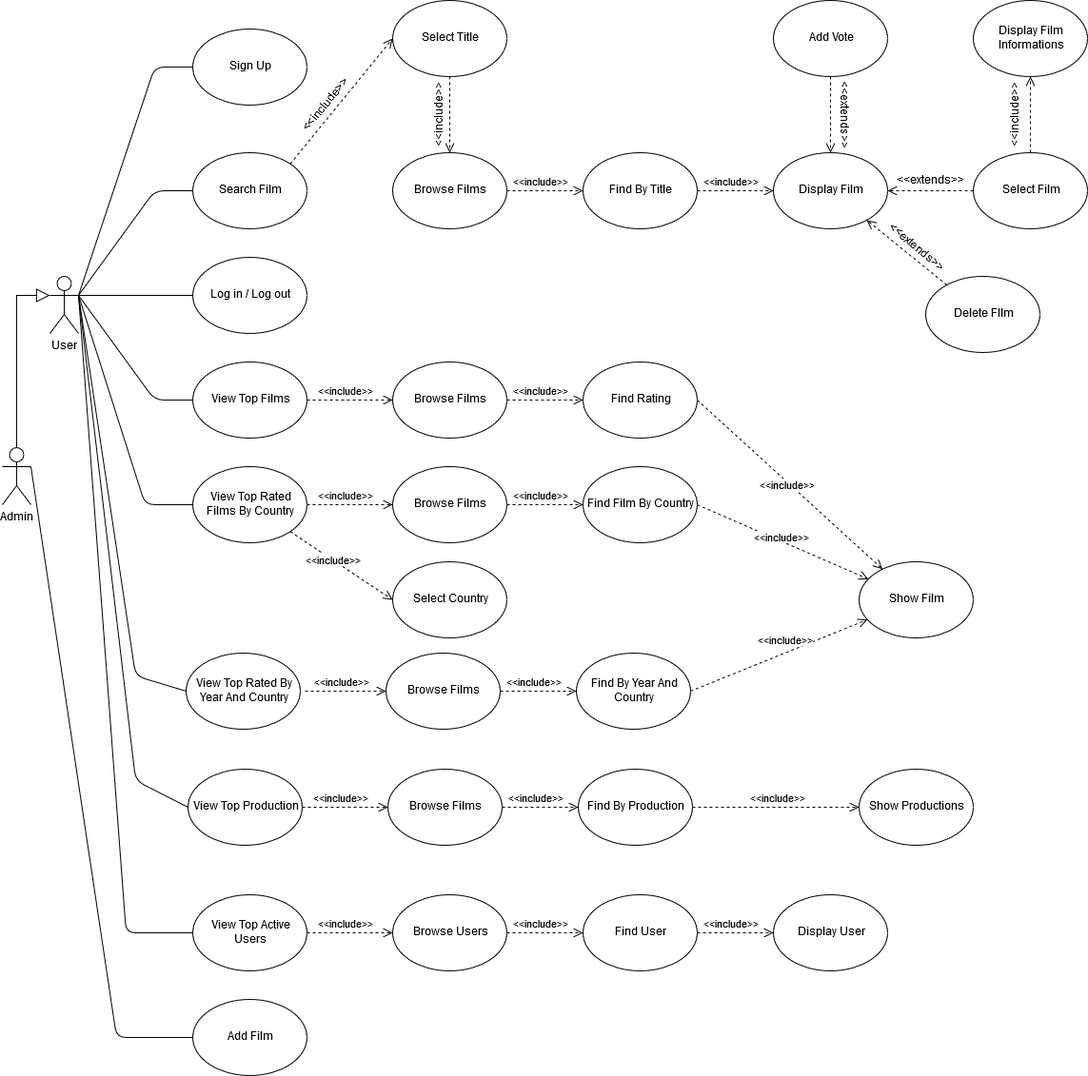
This is doc/images/diagrams/UseCase.png from Geghi/Task2, a draw.io export, as it was before one commit. Source tidied: cells renumbered, new cells last; positions are measured from the earlier drawing's top-left corner, leaving out a move shared by most shapes.
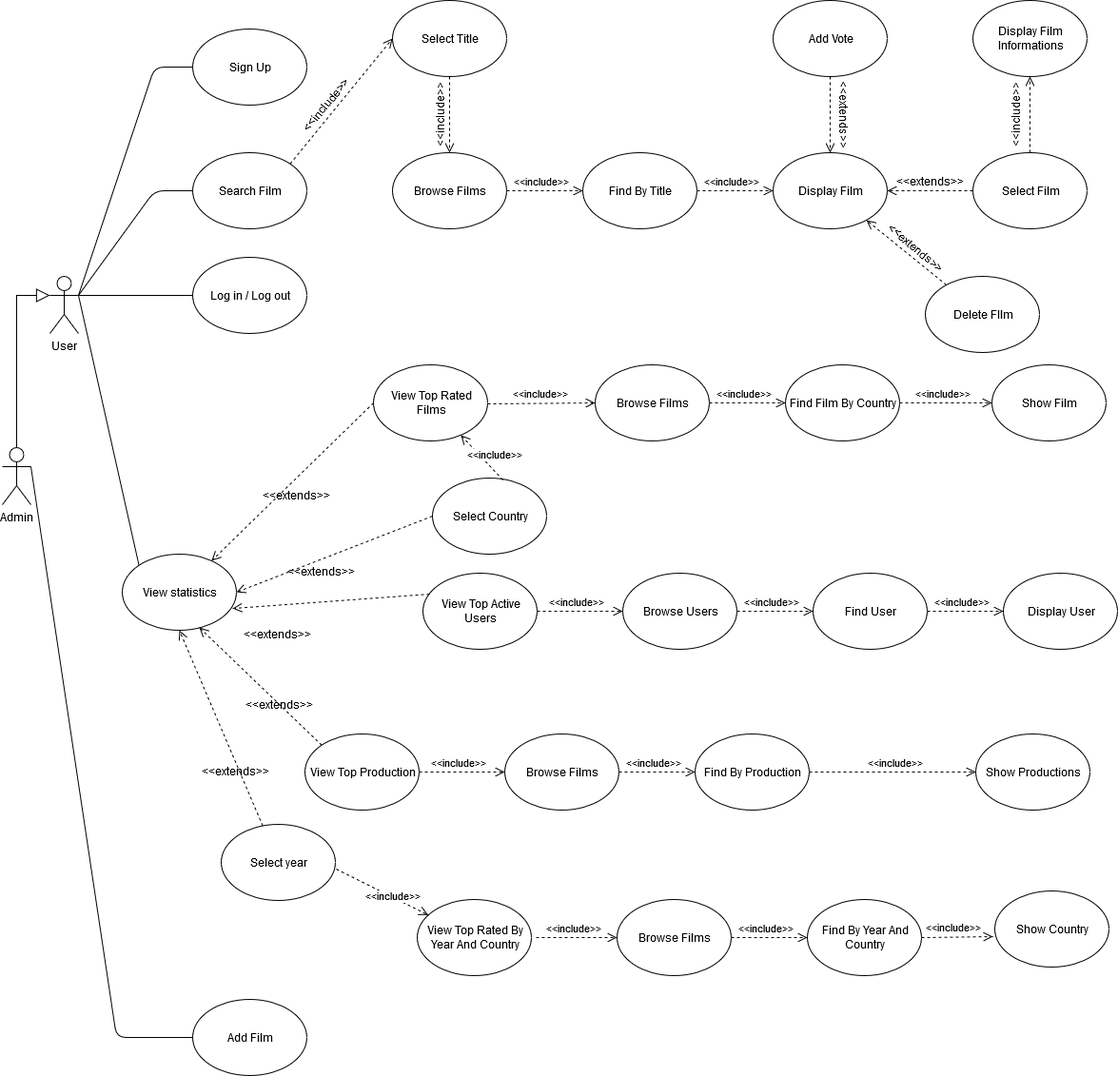
After the commit.

Commit message:
update UseCase diagramm

Change to the diagram source:
```diff
@@ -20,28 +20,18 @@
     <mxCell id="7" value="Log in / Log out" style="ellipse;whiteSpace=wrap;html=1;" parent="1" vertex="1">
       <mxGeometry x="200" y="270" width="120" height="80" as="geometry" />
     </mxCell>
-    <mxCell id="8" value="View Top Films" style="ellipse;whiteSpace=wrap;html=1;" parent="1" vertex="1">
-      <mxGeometry x="200" y="380" width="120" height="80" as="geometry" />
-    </mxCell>
-    <mxCell id="9" value="View Top Rated Films By Country" style="ellipse;whiteSpace=wrap;html=1;" parent="1" vertex="1">
-      <mxGeometry x="200" y="490" width="120" height="80" as="geometry" />
+    <mxCell id="9" value="View Top Rated Films" style="ellipse;whiteSpace=wrap;html=1;" parent="1" vertex="1">
+      <mxGeometry x="390" y="383" width="120" height="80" as="geometry" />
     </mxCell>
     <mxCell id="10" value="View Top Active Users" style="ellipse;whiteSpace=wrap;html=1;" parent="1" vertex="1">
-      <mxGeometry x="200" y="940" width="120" height="80" as="geometry" />
+      <mxGeometry x="442" y="602" width="120" height="80" as="geometry" />
     </mxCell>
     <mxCell id="11" value="View Top Production" style="ellipse;whiteSpace=wrap;html=1;" parent="1" vertex="1">
-      <mxGeometry x="195" y="808" width="120" height="80" as="geometry" />
+      <mxGeometry x="318" y="771" width="120" height="80" as="geometry" />
     </mxCell>
     <mxCell id="12" value="Add Film" style="ellipse;whiteSpace=wrap;html=1;" parent="1" vertex="1">
       <mxGeometry x="200" y="1050" width="120" height="80" as="geometry" />
     </mxCell>
-    <mxCell id="13" style="endArrow=none;html=1;strokeWidth=1;entryX=0;entryY=0.5;entryDx=0;entryDy=0;exitX=1;exitY=0.3333333333333333;exitDx=0;exitDy=0;exitPerimeter=0;" parent="1" edge="1" source="2" target="11">
-      <mxGeometry relative="1" as="geometry">
-        <Array as="points">
-          <mxPoint x="140" y="820" />
-        </Array>
-      </mxGeometry>
-    </mxCell>
     <mxCell id="14" style="endArrow=none;html=1;strokeWidth=1;entryX=0;entryY=0.5;entryDx=0;entryDy=0;exitX=1;exitY=0.3333333333333333;exitDx=0;exitDy=0;exitPerimeter=0;" parent="1" edge="1" source="4" target="12">
       <mxGeometry relative="1" as="geometry">
         <Array as="points">
@@ -49,27 +39,6 @@
         </Array>
       </mxGeometry>
     </mxCell>
-    <mxCell id="15" style="endArrow=none;html=1;strokeWidth=1;exitX=1;exitY=0.3333333333333333;exitDx=0;exitDy=0;exitPerimeter=0;entryX=0;entryY=0.5;entryDx=0;entryDy=0;" parent="1" edge="1" source="2" target="10">
-      <mxGeometry relative="1" as="geometry">
-        <Array as="points">
-          <mxPoint x="130" y="980" />
-        </Array>
-      </mxGeometry>
-    </mxCell>
-    <mxCell id="16" style="endArrow=none;html=1;strokeWidth=1;exitX=1;exitY=0.3333333333333333;exitDx=0;exitDy=0;exitPerimeter=0;entryX=0;entryY=0.5;entryDx=0;entryDy=0;" parent="1" edge="1" source="2" target="9">
-      <mxGeometry relative="1" as="geometry">
-        <Array as="points">
-          <mxPoint x="150" y="530" />
-        </Array>
-      </mxGeometry>
-    </mxCell>
-    <mxCell id="17" style="endArrow=none;html=1;strokeWidth=1;exitX=1;exitY=0.3333333333333333;exitDx=0;exitDy=0;exitPerimeter=0;entryX=0;entryY=0.5;entryDx=0;entryDy=0;" parent="1" edge="1" source="2" target="8">
-      <mxGeometry relative="1" as="geometry">
-        <Array as="points">
-          <mxPoint x="160" y="420" />
-        </Array>
-      </mxGeometry>
-    </mxCell>
     <mxCell id="18" style="endArrow=none;html=1;strokeWidth=1;entryX=0;entryY=0.5;entryDx=0;entryDy=0;" parent="1" edge="1" target="7">
       <mxGeometry relative="1" as="geometry">
         <mxPoint x="80" y="310" as="sourcePoint" />
@@ -154,56 +123,35 @@
     <mxCell id="38" style="html=1;verticalAlign=bottom;endArrow=open;dashed=1;endSize=8;strokeWidth=1;exitX=0.5;exitY=1;exitDx=0;exitDy=0;entryX=0.5;entryY=0;entryDx=0;entryDy=0;" parent="1" edge="1" source="25" target="23">
       <mxGeometry x="-0.33" y="10" relative="1" as="geometry" />
     </mxCell>
-    <mxCell id="39" value="Browse Films" style="ellipse;whiteSpace=wrap;html=1;" parent="1" vertex="1">
-      <mxGeometry x="410" y="380" width="120" height="80" as="geometry" />
-    </mxCell>
-    <mxCell id="40" value="Find Rating" style="ellipse;whiteSpace=wrap;html=1;" parent="1" vertex="1">
-      <mxGeometry x="610" y="380" width="120" height="80" as="geometry" />
-    </mxCell>
     <mxCell id="41" value="Show Film" style="ellipse;whiteSpace=wrap;html=1;" parent="1" vertex="1">
-      <mxGeometry x="900" y="590" width="120" height="80" as="geometry" />
+      <mxGeometry x="1040" y="383" width="120" height="80" as="geometry" />
     </mxCell>
-    <mxCell id="42" value="&amp;lt;&amp;lt;include&amp;gt;&amp;gt;" style="html=1;verticalAlign=bottom;endArrow=open;dashed=1;endSize=8;strokeWidth=1;entryX=0;entryY=0.5;entryDx=0;entryDy=0;exitX=1;exitY=0.5;exitDx=0;exitDy=0;" parent="1" edge="1" source="39" target="40">
-      <mxGeometry x="0.14" y="-10" relative="1" as="geometry">
-        <mxPoint x="-10" y="-10" as="offset" />
-      </mxGeometry>
-    </mxCell>
-    <mxCell id="43" value="&amp;lt;&amp;lt;include&amp;gt;&amp;gt;" style="html=1;verticalAlign=bottom;endArrow=open;dashed=1;endSize=8;strokeWidth=1;exitX=1;exitY=0.5;exitDx=0;exitDy=0;" parent="1" edge="1" source="40" target="41">
-      <mxGeometry x="0.14" y="-10" relative="1" as="geometry">
-        <mxPoint x="-10" y="-10" as="offset" />
-      </mxGeometry>
-    </mxCell>
-    <mxCell id="44" value="&amp;lt;&amp;lt;include&amp;gt;&amp;gt;" style="html=1;verticalAlign=bottom;endArrow=open;dashed=1;endSize=8;strokeWidth=1;exitX=1;exitY=0.5;exitDx=0;exitDy=0;entryX=0;entryY=0.5;entryDx=0;entryDy=0;" parent="1" edge="1" source="8" target="39">
-      <mxGeometry x="0.14" y="-10" relative="1" as="geometry">
-        <mxPoint x="-10" y="-10" as="offset" />
-      </mxGeometry>
-    </mxCell>
     <mxCell id="45" value="Browse Films" style="ellipse;whiteSpace=wrap;html=1;" parent="1" vertex="1">
-      <mxGeometry x="410" y="490" width="120" height="80" as="geometry" />
+      <mxGeometry x="623" y="383" width="120" height="80" as="geometry" />
     </mxCell>
     <mxCell id="46" value="Find Film By Country" style="ellipse;whiteSpace=wrap;html=1;" parent="1" vertex="1">
-      <mxGeometry x="610" y="490" width="120" height="80" as="geometry" />
+      <mxGeometry x="823" y="383" width="120" height="80" as="geometry" />
     </mxCell>
     <mxCell id="47" value="&amp;lt;&amp;lt;include&amp;gt;&amp;gt;" style="html=1;verticalAlign=bottom;endArrow=open;dashed=1;endSize=8;strokeWidth=1;entryX=0;entryY=0.5;entryDx=0;entryDy=0;exitX=1;exitY=0.5;exitDx=0;exitDy=0;" parent="1" edge="1" source="45" target="46">
       <mxGeometry x="0.14" y="-10" relative="1" as="geometry">
         <mxPoint x="-10" y="-10" as="offset" />
       </mxGeometry>
     </mxCell>
-    <mxCell id="48" value="&amp;lt;&amp;lt;include&amp;gt;&amp;gt;" style="html=1;verticalAlign=bottom;endArrow=open;dashed=1;endSize=8;strokeWidth=1;exitX=1;exitY=0.5;exitDx=0;exitDy=0;" parent="1" edge="1" source="46" target="41">
+    <mxCell id="48" value="&amp;lt;&amp;lt;include&amp;gt;&amp;gt;" style="html=1;verticalAlign=bottom;endArrow=open;dashed=1;endSize=8;strokeWidth=1;exitX=1;exitY=0.5;exitDx=0;exitDy=0;entryX=0;entryY=0.5;entryDx=0;entryDy=0;" parent="1" edge="1" source="46" target="41">
       <mxGeometry x="0.14" y="-10" relative="1" as="geometry">
         <mxPoint x="-10" y="-10" as="offset" />
       </mxGeometry>
     </mxCell>
     <mxCell id="49" value="&amp;lt;&amp;lt;include&amp;gt;&amp;gt;" style="html=1;verticalAlign=bottom;endArrow=open;dashed=1;endSize=8;strokeWidth=1;exitX=1;exitY=0.5;exitDx=0;exitDy=0;entryX=0;entryY=0.5;entryDx=0;entryDy=0;" parent="1" edge="1" target="45">
       <mxGeometry x="0.14" y="-10" relative="1" as="geometry">
-        <mxPoint x="320" y="530" as="sourcePoint" />
+        <mxPoint x="510" y="424" as="sourcePoint" />
         <mxPoint x="-10" y="-10" as="offset" />
       </mxGeometry>
     </mxCell>
     <mxCell id="50" value="Select Country" style="ellipse;whiteSpace=wrap;html=1;" parent="1" vertex="1">
-      <mxGeometry x="410" y="590" width="120" height="80" as="geometry" />
+      <mxGeometry x="452" y="502" width="120" height="80" as="geometry" />
     </mxCell>
-    <mxCell id="51" value="&amp;lt;&amp;lt;include&amp;gt;&amp;gt;" style="html=1;verticalAlign=bottom;endArrow=open;dashed=1;endSize=8;strokeWidth=1;entryX=0;entryY=0.5;entryDx=0;entryDy=0;" parent="1" edge="1" source="9" target="50">
+    <mxCell id="51" style="html=1;verticalAlign=bottom;endArrow=open;dashed=1;endSize=8;strokeWidth=1;entryX=1;entryY=0.5;entryDx=0;entryDy=0;exitX=0;exitY=0.5;exitDx=0;exitDy=0;" parent="1" edge="1" source="50" target="75">
       <mxGeometry x="0.14" y="-10" relative="1" as="geometry">
         <mxPoint x="-10" y="-10" as="offset" />
       </mxGeometry>
@@ -223,13 +171,13 @@
       <mxGeometry x="420" y="110" width="80" height="20" as="geometry" />
     </mxCell>
     <mxCell id="56" value="Browse Users" style="ellipse;whiteSpace=wrap;html=1;" parent="1" vertex="1">
-      <mxGeometry x="410" y="940" width="120" height="80" as="geometry" />
+      <mxGeometry x="652" y="602" width="120" height="80" as="geometry" />
     </mxCell>
     <mxCell id="57" value="Find User" style="ellipse;whiteSpace=wrap;html=1;" parent="1" vertex="1">
-      <mxGeometry x="610" y="940" width="120" height="80" as="geometry" />
+      <mxGeometry x="852" y="602" width="120" height="80" as="geometry" />
     </mxCell>
     <mxCell id="58" value="Display User" style="ellipse;whiteSpace=wrap;html=1;" parent="1" vertex="1">
-      <mxGeometry x="810" y="940" width="120" height="80" as="geometry" />
+      <mxGeometry x="1052" y="602" width="120" height="80" as="geometry" />
     </mxCell>
     <mxCell id="59" value="&amp;lt;&amp;lt;include&amp;gt;&amp;gt;" style="html=1;verticalAlign=bottom;endArrow=open;dashed=1;endSize=8;strokeWidth=1;entryX=0;entryY=0.5;entryDx=0;entryDy=0;exitX=1;exitY=0.5;exitDx=0;exitDy=0;" parent="1" edge="1" source="56" target="57">
       <mxGeometry x="0.14" y="-10" relative="1" as="geometry">
@@ -243,15 +191,15 @@
     </mxCell>
     <mxCell id="61" value="&amp;lt;&amp;lt;include&amp;gt;&amp;gt;" style="html=1;verticalAlign=bottom;endArrow=open;dashed=1;endSize=8;strokeWidth=1;exitX=1;exitY=0.5;exitDx=0;exitDy=0;entryX=0;entryY=0.5;entryDx=0;entryDy=0;" parent="1" edge="1" target="56">
       <mxGeometry x="0.14" y="-10" relative="1" as="geometry">
-        <mxPoint x="320" y="980" as="sourcePoint" />
+        <mxPoint x="562" y="642" as="sourcePoint" />
         <mxPoint x="-10" y="-10" as="offset" />
       </mxGeometry>
     </mxCell>
     <mxCell id="62" value="Browse Films" style="ellipse;whiteSpace=wrap;html=1;" parent="1" vertex="1">
-      <mxGeometry x="405" y="808" width="120" height="80" as="geometry" />
+      <mxGeometry x="528" y="771" width="120" height="80" as="geometry" />
     </mxCell>
     <mxCell id="63" value="Find By Production" style="ellipse;whiteSpace=wrap;html=1;" parent="1" vertex="1">
-      <mxGeometry x="605" y="808" width="120" height="80" as="geometry" />
+      <mxGeometry x="728" y="771" width="120" height="80" as="geometry" />
     </mxCell>
     <mxCell id="64" value="&amp;lt;&amp;lt;include&amp;gt;&amp;gt;" style="html=1;verticalAlign=bottom;endArrow=open;dashed=1;endSize=8;strokeWidth=1;entryX=0;entryY=0.5;entryDx=0;entryDy=0;exitX=1;exitY=0.5;exitDx=0;exitDy=0;" parent="1" edge="1" source="62" target="63">
       <mxGeometry x="0.14" y="-10" relative="1" as="geometry">
@@ -265,18 +213,18 @@
     </mxCell>
     <mxCell id="66" value="&amp;lt;&amp;lt;include&amp;gt;&amp;gt;" style="html=1;verticalAlign=bottom;endArrow=open;dashed=1;endSize=8;strokeWidth=1;exitX=1;exitY=0.5;exitDx=0;exitDy=0;entryX=0;entryY=0.5;entryDx=0;entryDy=0;" parent="1" edge="1" target="62">
       <mxGeometry x="0.14" y="-10" relative="1" as="geometry">
-        <mxPoint x="315" y="848" as="sourcePoint" />
+        <mxPoint x="438" y="811" as="sourcePoint" />
         <mxPoint x="-10" y="-10" as="offset" />
       </mxGeometry>
     </mxCell>
     <mxCell id="67" value="View Top Rated By Year And Country" style="ellipse;whiteSpace=wrap;html=1;" parent="1" vertex="1">
-      <mxGeometry x="193" y="686" width="120" height="80" as="geometry" />
+      <mxGeometry x="436" y="945" width="120" height="80" as="geometry" />
     </mxCell>
     <mxCell id="68" value="Browse Films" style="ellipse;whiteSpace=wrap;html=1;" parent="1" vertex="1">
-      <mxGeometry x="403" y="686" width="120" height="80" as="geometry" />
+      <mxGeometry x="646" y="945" width="120" height="80" as="geometry" />
     </mxCell>
     <mxCell id="69" value="Find By Year And Country" style="ellipse;whiteSpace=wrap;html=1;" parent="1" vertex="1">
-      <mxGeometry x="603" y="686" width="120" height="80" as="geometry" />
+      <mxGeometry x="846" y="945" width="120" height="80" as="geometry" />
     </mxCell>
     <mxCell id="70" value="&amp;lt;&amp;lt;include&amp;gt;&amp;gt;" style="html=1;verticalAlign=bottom;endArrow=open;dashed=1;endSize=8;strokeWidth=1;entryX=0;entryY=0.5;entryDx=0;entryDy=0;exitX=1;exitY=0.5;exitDx=0;exitDy=0;" parent="1" edge="1" source="68" target="69">
       <mxGeometry x="0.14" y="-10" relative="1" as="geometry">
@@ -285,24 +233,64 @@
     </mxCell>
     <mxCell id="71" value="&amp;lt;&amp;lt;include&amp;gt;&amp;gt;" style="html=1;verticalAlign=bottom;endArrow=open;dashed=1;endSize=8;strokeWidth=1;exitX=1;exitY=0.5;exitDx=0;exitDy=0;entryX=0;entryY=0.5;entryDx=0;entryDy=0;" parent="1" edge="1" target="68">
       <mxGeometry x="0.14" y="-10" relative="1" as="geometry">
-        <mxPoint x="318" y="726" as="sourcePoint" />
+        <mxPoint x="561" y="985" as="sourcePoint" />
         <mxPoint x="-10" y="-10" as="offset" />
       </mxGeometry>
     </mxCell>
-    <mxCell id="72" style="endArrow=none;html=1;strokeWidth=1;entryX=0;entryY=0.5;entryDx=0;entryDy=0;exitX=1;exitY=0.3333333333333333;exitDx=0;exitDy=0;exitPerimeter=0;" parent="1" edge="1" source="2" target="67">
-      <mxGeometry relative="1" as="geometry">
-        <Array as="points">
-          <mxPoint x="140" y="710" />
-        </Array>
-      </mxGeometry>
-    </mxCell>
-    <mxCell id="73" value="&amp;lt;&amp;lt;include&amp;gt;&amp;gt;" style="html=1;verticalAlign=bottom;endArrow=open;dashed=1;endSize=8;strokeWidth=1;exitX=1;exitY=0.5;exitDx=0;exitDy=0;" parent="1" edge="1" source="69" target="41">
+    <mxCell id="73" value="&amp;lt;&amp;lt;include&amp;gt;&amp;gt;" style="html=1;verticalAlign=bottom;endArrow=open;dashed=1;endSize=8;strokeWidth=1;exitX=1;exitY=0.5;exitDx=0;exitDy=0;entryX=-0.017;entryY=0.6;entryDx=0;entryDy=0;entryPerimeter=0;" parent="1" edge="1" source="69" target="89">
       <mxGeometry x="0.14" y="-10" relative="1" as="geometry">
         <mxPoint x="-10" y="-10" as="offset" />
       </mxGeometry>
     </mxCell>
     <mxCell id="74" value="Show Productions" style="ellipse;whiteSpace=wrap;html=1;" parent="1" vertex="1">
-      <mxGeometry x="900" y="808" width="120" height="80" as="geometry" />
+      <mxGeometry x="1023" y="771" width="120" height="80" as="geometry" />
     </mxCell>
+    <mxCell id="75" value="View statistics" style="ellipse;whiteSpace=wrap;html=1;" parent="1" vertex="1">
+      <mxGeometry x="126" y="582" width="120" height="80" as="geometry" />
+    </mxCell>
+    <mxCell id="76" style="endArrow=none;html=1;entryX=1;entryY=0.3333333333333333;entryDx=0;entryDy=0;entryPerimeter=0;exitX=0;exitY=0;exitDx=0;exitDy=0;" parent="1" edge="1" source="75" target="2">
+      <mxGeometry relative="1" as="geometry" />
+    </mxCell>
+    <mxCell id="77" style="html=1;verticalAlign=bottom;endArrow=open;dashed=1;endSize=8;strokeWidth=1;exitX=0;exitY=0.5;exitDx=0;exitDy=0;" parent="1" edge="1" source="9" target="75">
+      <mxGeometry x="-0.33" y="10" relative="1" as="geometry" />
+    </mxCell>
+    <mxCell id="78" value="&amp;lt;&amp;lt;extends&amp;gt;&amp;gt;" style="text;html=1;align=center;verticalAlign=middle;rotation=0;" parent="1" vertex="1">
+      <mxGeometry x="246" y="730" width="90" height="20" as="geometry" />
+    </mxCell>
+    <mxCell id="79" style="html=1;verticalAlign=bottom;endArrow=open;dashed=1;endSize=8;strokeWidth=1;entryX=0.675;entryY=0.963;entryDx=0;entryDy=0;entryPerimeter=0;exitX=0;exitY=0;exitDx=0;exitDy=0;" parent="1" edge="1" source="11" target="75">
+      <mxGeometry x="-0.33" y="10" relative="1" as="geometry" />
+    </mxCell>
+    <mxCell id="80" value="&amp;lt;&amp;lt;extends&amp;gt;&amp;gt;" style="text;html=1;align=center;verticalAlign=middle;rotation=0;" parent="1" vertex="1">
+      <mxGeometry x="264" y="510" width="90" height="20" as="geometry" />
+    </mxCell>
+    <mxCell id="81" value="&amp;lt;&amp;lt;extends&amp;gt;&amp;gt;" style="text;html=1;align=center;verticalAlign=middle;rotation=0;" parent="1" vertex="1">
+      <mxGeometry x="200" y="800" width="90" height="20" as="geometry" />
+    </mxCell>
+    <mxCell id="82" style="html=1;verticalAlign=bottom;endArrow=open;dashed=1;endSize=8;strokeWidth=1;entryX=0.967;entryY=0.713;entryDx=0;entryDy=0;exitX=0.058;exitY=0.275;exitDx=0;exitDy=0;exitPerimeter=0;entryPerimeter=0;" parent="1" edge="1" source="10" target="75">
+      <mxGeometry x="-0.33" y="10" relative="1" as="geometry" />
+    </mxCell>
+    <mxCell id="83" value="&amp;lt;&amp;lt;extends&amp;gt;&amp;gt;" style="text;html=1;align=center;verticalAlign=middle;rotation=0;" parent="1" vertex="1">
+      <mxGeometry x="290" y="590" width="90" height="20" as="geometry" />
+    </mxCell>
+    <mxCell id="84" value="Select year" style="ellipse;whiteSpace=wrap;html=1;" parent="1" vertex="1">
+      <mxGeometry x="230" y="866" width="120" height="80" as="geometry" />
+    </mxCell>
+    <mxCell id="85" style="html=1;verticalAlign=bottom;endArrow=open;dashed=1;endSize=8;strokeWidth=1;entryX=0.5;entryY=1;entryDx=0;entryDy=0;" parent="1" edge="1" source="84" target="75">
+      <mxGeometry x="0.14" y="-10" relative="1" as="geometry">
+        <mxPoint x="-10" y="-10" as="offset" />
+      </mxGeometry>
+    </mxCell>
+    <mxCell id="86" value="&amp;lt;&amp;lt;include&amp;gt;&amp;gt;" style="html=1;verticalAlign=bottom;endArrow=open;dashed=1;endSize=8;strokeWidth=1;exitX=0.617;exitY=0.025;exitDx=0;exitDy=0;exitPerimeter=0;" parent="1" edge="1" source="50" target="9">
+      <mxGeometry x="-0.45" y="-5" relative="1" as="geometry" />
+    </mxCell>
+    <mxCell id="87" value="&amp;lt;&amp;lt;include&amp;gt;&amp;gt;" style="html=1;verticalAlign=bottom;endArrow=open;dashed=1;endSize=8;strokeWidth=1;exitX=1.008;exitY=0.588;exitDx=0;exitDy=0;exitPerimeter=0;" parent="1" edge="1" source="84" target="67">
+      <mxGeometry x="0.3" y="-7" relative="1" as="geometry" />
+    </mxCell>
+    <mxCell id="88" value="&amp;lt;&amp;lt;extends&amp;gt;&amp;gt;" style="text;html=1;align=center;verticalAlign=middle;rotation=0;" parent="1" vertex="1">
+      <mxGeometry x="244" y="656" width="90" height="20" as="geometry" />
+    </mxCell>
+    <mxCell id="89" value="Show Country" style="ellipse;whiteSpace=wrap;html=1;" parent="1" vertex="1">
+      <mxGeometry x="1043" y="936" width="120" height="80" as="geometry" />
+    </mxCell>
   </root>
 </mxGraphModel>
```
